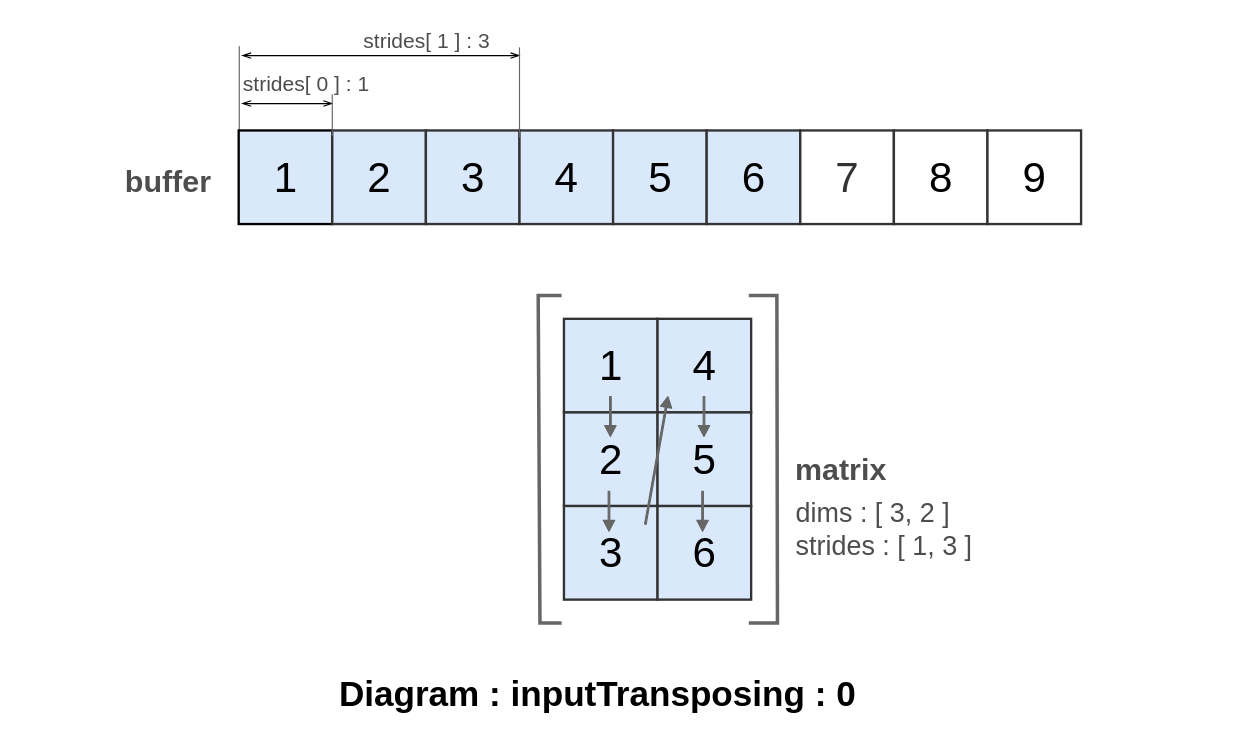
Above: page "StandardStrides, inputRowMajor : 0" (2 of 7) of doc/img/OptionStrides.drawio in Wandalen/wMathMatrix (draw.io), before the change. Source tidied: cells renumbered, new cells numbered last; positions are measured from the earlier drawing's top-left corner, leaving out a move shared by most shapes. Both pictures are drawn from the tidied source at 117%, with x=0, y=0 at pixel (20, 20).
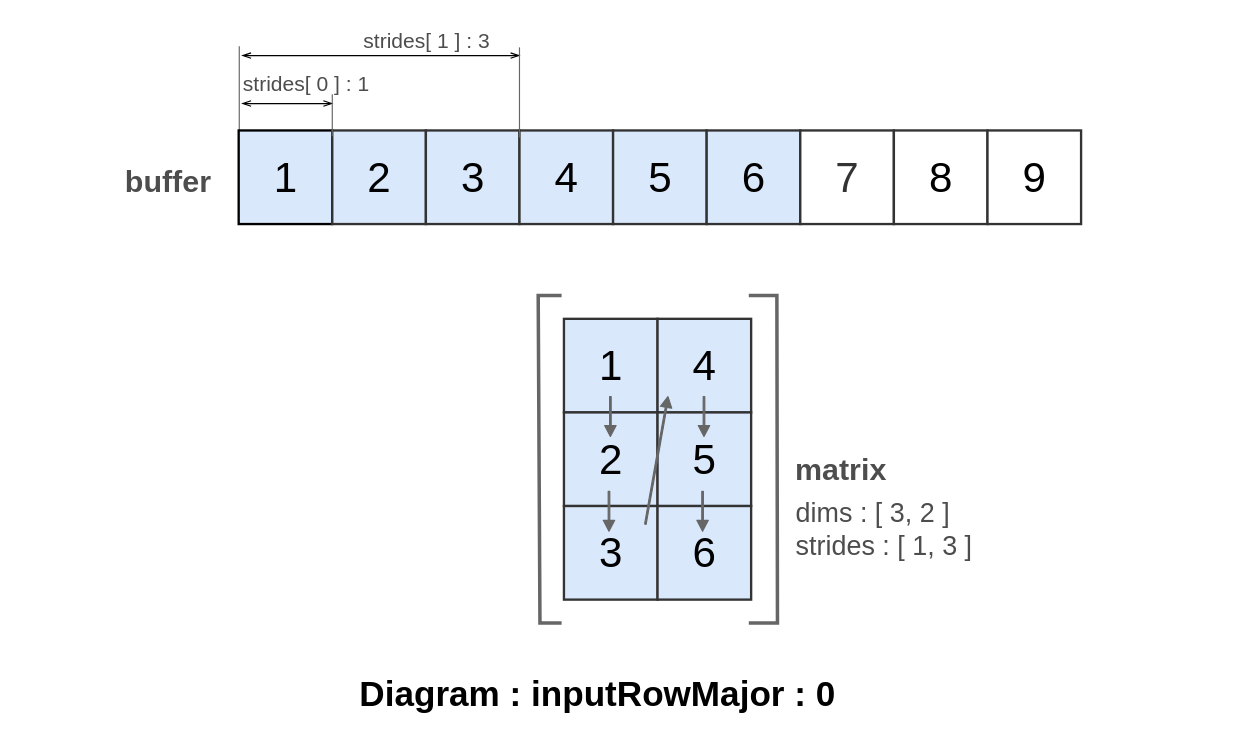
The same diagram, later.

Change to the diagram source:
```diff
@@
-    <mxCell id="3" value="Diagram : inputTransposing : 0" style="text;html=1;align=center;verticalAlign=middle;fontSize=30;fontColor=#000000;fontStyle=1;" parent="1" vertex="1">
-      <mxGeometry x="268" y="554" width="450" height="41" as="geometry" />
+    <mxCell id="3" value="Diagram : inputRowMajor : 0" style="text;html=1;align=center;verticalAlign=middle;fontSize=30;fontColor=#000000;fontStyle=1;" parent="1" vertex="1">
+      <mxGeometry x="283" y="552" width="420" height="45" as="geometry" />
     </mxCell>
```
